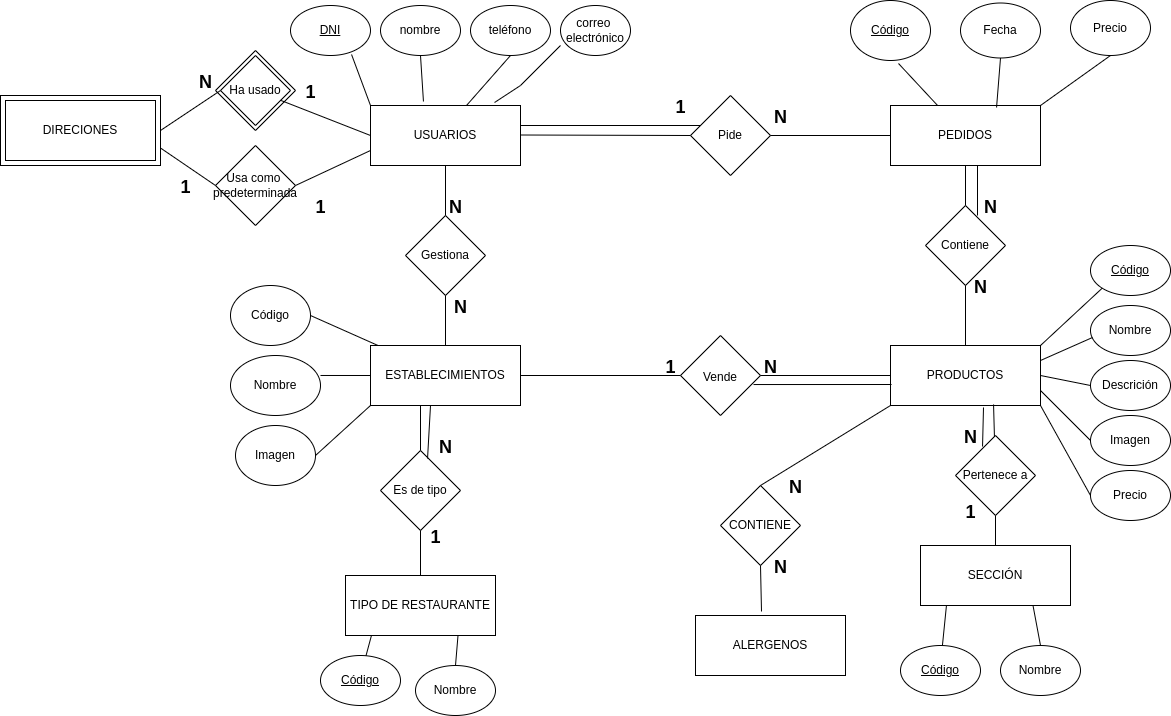
This is h.drawio.png from Juan4532/prueba, a draw.io export, as it was before one commit. Source tidied: cells renumbered, new cells last; positions are measured from the earlier drawing's top-left corner, leaving out a move shared by most shapes.
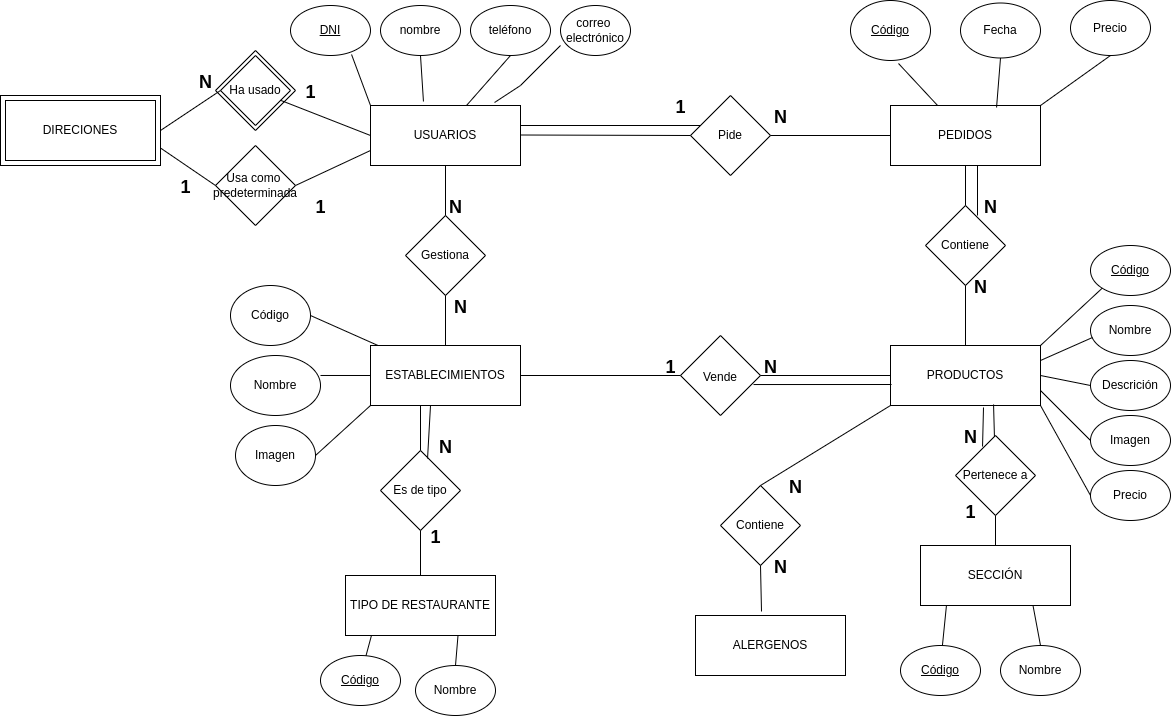
After the change.

What changed in the source:
```diff
@@ -301,7 +301,7 @@
     <mxCell id="91" style="endArrow=none;html=1;rounded=0;fontSize=12;exitX=0.338;exitY=0.138;exitDx=0;exitDy=0;exitPerimeter=0;entryX=0.62;entryY=1.033;entryDx=0;entryDy=0;entryPerimeter=0;" parent="1" edge="1" source="84" target="13">
       <mxGeometry relative="1" as="geometry" />
     </mxCell>
-    <mxCell id="92" value="CONTIENE" style="rhombus;whiteSpace=wrap;html=1;fontSize=12;" parent="1" vertex="1">
+    <mxCell id="92" value="Contiene" style="rhombus;whiteSpace=wrap;html=1;fontSize=12;" parent="1" vertex="1">
       <mxGeometry x="720" y="485" width="80" height="80" as="geometry" />
     </mxCell>
     <mxCell id="93" style="endArrow=none;html=1;rounded=0;fontSize=12;entryX=0;entryY=1;entryDx=0;entryDy=0;exitX=0.5;exitY=0;exitDx=0;exitDy=0;" parent="1" edge="1" source="92" target="13">
```
